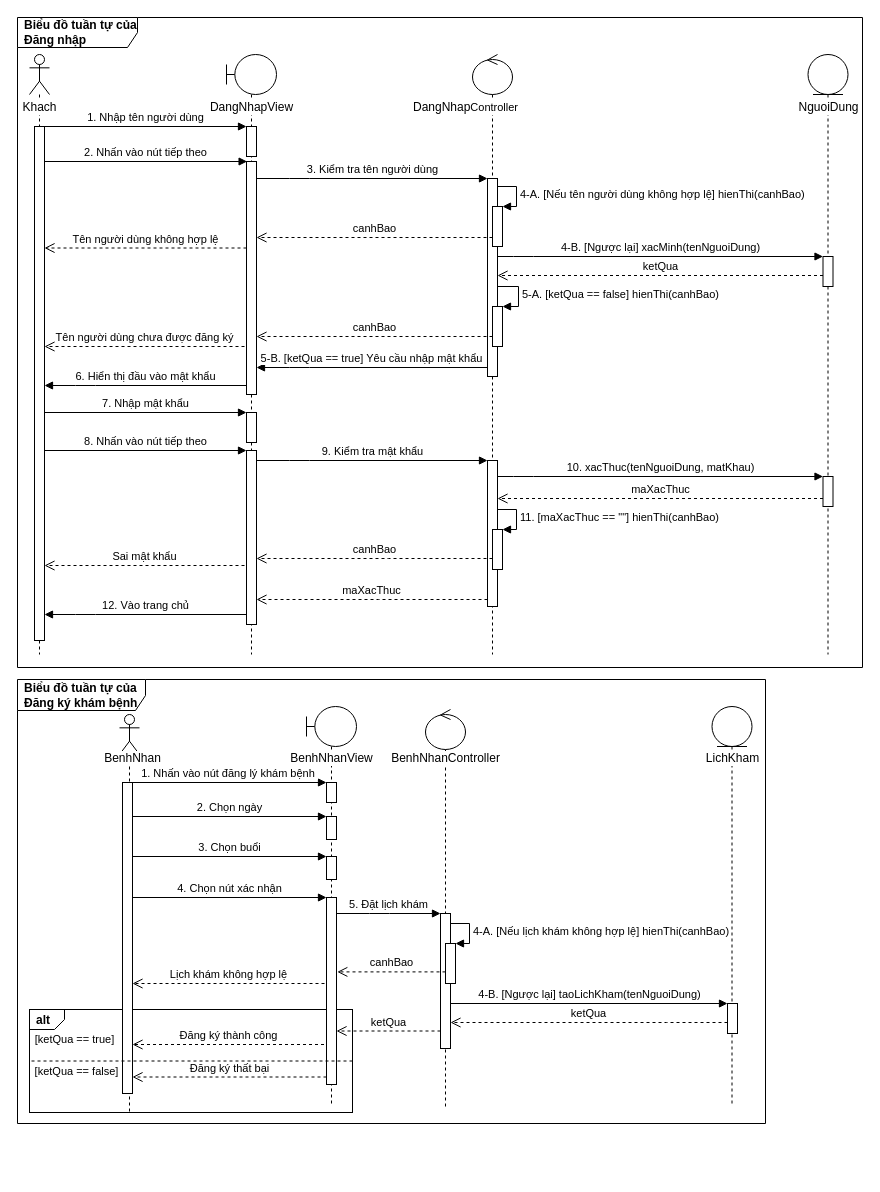
Before: page "Sequence" (1 of 4) of designs/luc.drawio in luclegen/medicine16, a draw.io diagram. Source tidied: cells renumbered, new cells numbered last; positions are measured from the earlier drawing's top-left corner, leaving out a move shared by most shapes. Both pictures are drawn from the tidied source at 100%, with x=0, y=0 at pixel (17, 17).
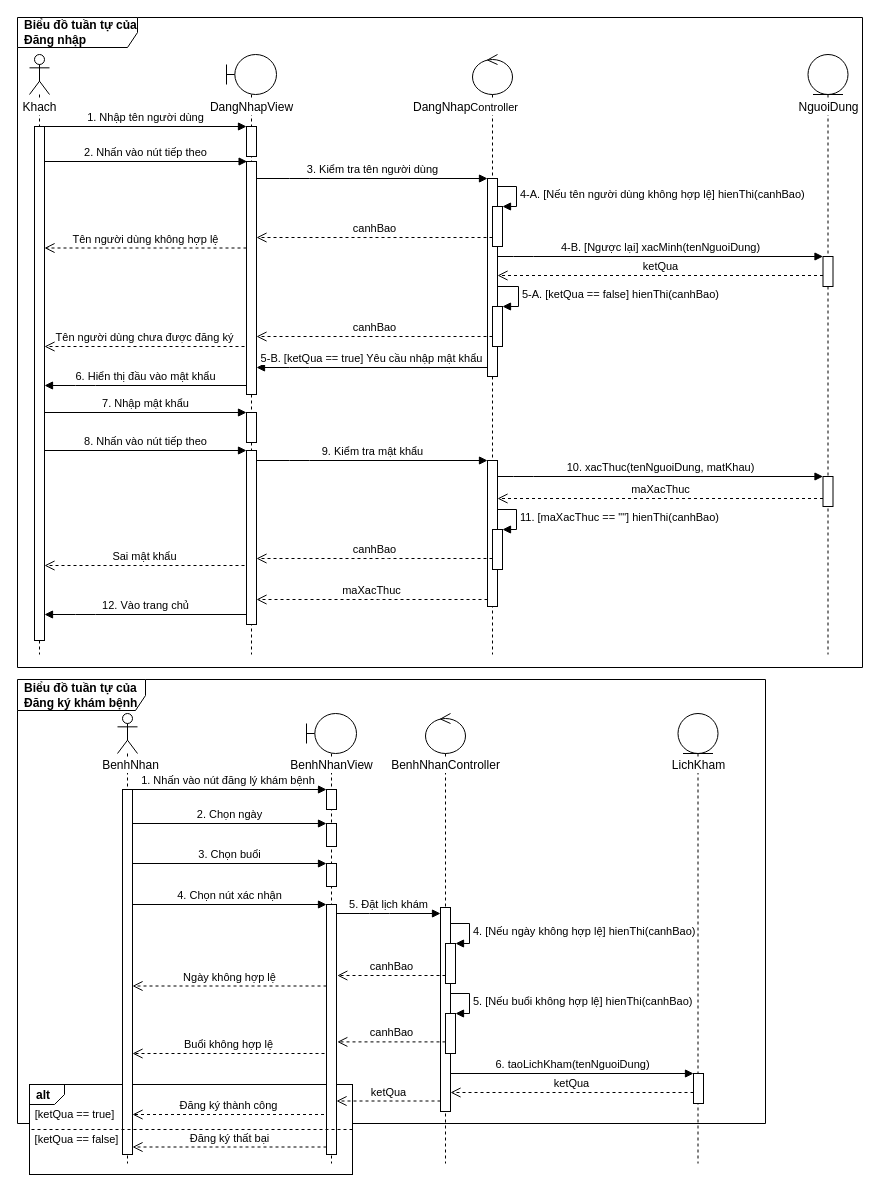
The same page after the edit.

Commit message:
Update Biểu đồ tuần tự của Đăng ký khám bệnh

Diff of the diagram source:
```diff
@@
     <mxCell id="3" value="alt" style="strokeColor=inherit;fillColor=inherit;gradientColor=inherit;html=1;shape=mxgraph.sysml.package;labelX=35;fontStyle=1;align=left;verticalAlign=top;spacingLeft=5;spacingTop=-3;labelBackgroundColor=none;" parent="1" vertex="1">
-      <mxGeometry x="12" y="992" width="323" height="103" as="geometry" />
+      <mxGeometry x="12" y="1067" width="323" height="90" as="geometry" />
     </mxCell>
@@
     <mxCell id="47" style="shape=umlLifeline;participant=umlActor;perimeter=lifelinePerimeter;whiteSpace=wrap;html=1;verticalAlign=top;spacingTop=36;" parent="1" vertex="1">
-      <mxGeometry x="102" y="697" width="20" height="400" as="geometry" />
+      <mxGeometry x="100" y="696" width="20" height="450" as="geometry" />
     </mxCell>
     <mxCell id="48" style="html=1;points=[];perimeter=orthogonalPerimeter;" parent="47" vertex="1">
-      <mxGeometry x="3" y="68" width="10" height="311" as="geometry" />
+      <mxGeometry x="5" y="76" width="10" height="365" as="geometry" />
     </mxCell>
     <mxCell id="49" style="shape=umlLifeline;participant=umlBoundary;perimeter=lifelinePerimeter;whiteSpace=wrap;html=1;verticalAlign=top;spacingTop=36;" parent="1" vertex="1">
-      <mxGeometry x="289" y="689" width="50" height="400" as="geometry" />
+      <mxGeometry x="289" y="696" width="50" height="450" as="geometry" />
     </mxCell>
@@
     <mxCell id="53" style="html=1;perimeter=orthogonalPerimeter;" parent="49" vertex="1">
-      <mxGeometry x="20" y="191" width="10" height="187" as="geometry" />
+      <mxGeometry x="20" y="191" width="10" height="250" as="geometry" />
     </mxCell>
     <mxCell id="54" style="shape=umlLifeline;participant=umlControl;perimeter=lifelinePerimeter;whiteSpace=wrap;html=1;verticalAlign=top;spacingTop=36;" parent="1" vertex="1">
-      <mxGeometry x="408" y="692" width="40" height="400" as="geometry" />
+      <mxGeometry x="408" y="696" width="40" height="450" as="geometry" />
     </mxCell>
     <mxCell id="55" style="html=1;points=[];perimeter=orthogonalPerimeter;" parent="54" vertex="1">
-      <mxGeometry x="15" y="204" width="10" height="135" as="geometry" />
+      <mxGeometry x="15" y="194" width="10" height="204" as="geometry" />
     </mxCell>
     <mxCell id="56" style="shape=umlLifeline;participant=umlEntity;perimeter=lifelinePerimeter;whiteSpace=wrap;html=1;verticalAlign=top;spacingTop=36;" parent="1" vertex="1">
-      <mxGeometry x="694.5" y="689" width="40" height="400" as="geometry" />
+      <mxGeometry x="660.5" y="696" width="40" height="450" as="geometry" />
     </mxCell>
     <mxCell id="57" value="1. Nhấn vào nút đăng lý khám bệnh&amp;nbsp;" style="html=1;verticalAlign=bottom;endArrow=block;" parent="1" edge="1" source="48">
       <mxGeometry relative="1" as="geometry">
-        <mxPoint x="309" y="765" as="targetPoint" />
+        <mxPoint x="309" y="772" as="targetPoint" />
       </mxGeometry>
     </mxCell>
     <mxCell id="58" value="BenhNhan" style="text;html=1;align=center;verticalAlign=middle;strokeColor=none;labelBackgroundColor=#FFFFFF;" parent="1" vertex="1">
-      <mxGeometry x="82" y="732" width="66" height="18" as="geometry" />
+      <mxGeometry x="80" y="739" width="66" height="18" as="geometry" />
     </mxCell>
     <mxCell id="59" value="BenhNhanView" style="text;html=1;align=center;verticalAlign=middle;strokeColor=none;labelBackgroundColor=#FFFFFF;" parent="1" vertex="1">
-      <mxGeometry x="267.5" y="732" width="93" height="18" as="geometry" />
+      <mxGeometry x="267.5" y="739" width="93" height="18" as="geometry" />
     </mxCell>
     <mxCell id="60" value="BenhNhanController" style="text;html=1;align=center;verticalAlign=middle;strokeColor=none;labelBackgroundColor=#FFFFFF;" parent="1" vertex="1">
-      <mxGeometry x="369" y="732" width="118" height="18" as="geometry" />
+      <mxGeometry x="369" y="739" width="118" height="18" as="geometry" />
     </mxCell>
     <mxCell id="61" value="LichKham" style="text;html=1;align=center;verticalAlign=middle;strokeColor=none;labelBackgroundColor=#FFFFFF;" parent="1" vertex="1">
-      <mxGeometry x="683" y="732" width="63" height="18" as="geometry" />
+      <mxGeometry x="649" y="739" width="63" height="18" as="geometry" />
     </mxCell>
-    <mxCell id="62" value="2. Chọn ngày" style="html=1;verticalAlign=bottom;endArrow=block;" parent="1" edge="1">
+    <mxCell id="62" value="2. Chọn ngày" style="html=1;verticalAlign=bottom;endArrow=block;" parent="1" edge="1" source="48">
       <mxGeometry relative="1" as="geometry">
-        <mxPoint x="115" y="799" as="sourcePoint" />
-        <mxPoint x="309" y="799" as="targetPoint" />
+        <mxPoint x="309" y="806" as="targetPoint" />
       </mxGeometry>
     </mxCell>
     <mxCell id="63" value="3. Chọn buổi" style="html=1;verticalAlign=bottom;endArrow=block;" parent="1" edge="1" source="48">
       <mxGeometry relative="1" as="geometry">
-        <mxPoint x="309" y="839" as="targetPoint" />
+        <mxPoint x="309" y="846" as="targetPoint" />
       </mxGeometry>
     </mxCell>
     <mxCell id="64" value="4. Chọn nút xác nhận" style="html=1;verticalAlign=bottom;endArrow=block;" parent="1" edge="1" source="48">
       <mxGeometry relative="1" as="geometry">
-        <mxPoint x="309" y="880" as="targetPoint" />
+        <mxPoint x="309" y="887" as="targetPoint" />
       </mxGeometry>
     </mxCell>
@@
     <mxCell id="66" style="html=1;points=[];perimeter=orthogonalPerimeter;labelBackgroundColor=#FFFFFF;" parent="1" vertex="1">
-      <mxGeometry x="428" y="926" width="10" height="40" as="geometry" />
+      <mxGeometry x="428" y="996" width="10" height="40" as="geometry" />
     </mxCell>
-    <mxCell id="67" value="4-A. [Nếu lịch khám không hợp lệ] hienThi(canhBao)" style="edgeStyle=orthogonalEdgeStyle;html=1;align=left;spacingLeft=2;endArrow=block;rounded=0;entryX=1;entryY=0;" parent="1" edge="1" target="66">
+    <mxCell id="67" value="5. [Nếu buổi không hợp lệ] hienThi(canhBao)" style="edgeStyle=orthogonalEdgeStyle;html=1;align=left;spacingLeft=2;endArrow=block;rounded=0;entryX=1;entryY=0;" parent="1" edge="1" target="66">
       <mxGeometry relative="1" as="geometry">
-        <mxPoint x="433" y="906" as="sourcePoint" />
+        <mxPoint x="433" y="976" as="sourcePoint" />
         <Array as="points">
-          <mxPoint x="452" y="906" />
-          <mxPoint x="452" y="926" />
+          <mxPoint x="452" y="976" />
+          <mxPoint x="452" y="996" />
         </Array>
       </mxGeometry>
     </mxCell>
-    <mxCell id="68" value="&lt;div style=&quot;text-align: left&quot;&gt;Lịch khám không hợp lệ&lt;/div&gt;" style="html=1;verticalAlign=bottom;endArrow=open;dashed=1;endSize=8;" parent="1" edge="1" target="48">
+    <mxCell id="68" value="&lt;div style=&quot;text-align: left&quot;&gt;Buổi không hợp lệ&lt;/div&gt;" style="html=1;verticalAlign=bottom;endArrow=open;dashed=1;endSize=8;" parent="1" edge="1">
       <mxGeometry relative="1" as="geometry">
-        <mxPoint x="307" y="966" as="sourcePoint" />
+        <mxPoint x="307" y="1036" as="sourcePoint" />
+        <mxPoint x="115" y="1036" as="targetPoint" />
       </mxGeometry>
     </mxCell>
-    <mxCell id="69" value="4-B. [Ngược lại] taoLichKham(tenNguoiDung)" style="html=1;verticalAlign=bottom;endArrow=block;" parent="1" edge="1" source="55" target="70">
-      <mxGeometry relative="1" as="geometry" />
+    <mxCell id="69" value="6. taoLichKham(tenNguoiDung)" style="html=1;verticalAlign=bottom;endArrow=block;" parent="1" edge="1" target="70">
+      <mxGeometry relative="1" as="geometry">
+        <mxPoint x="433" y="1056" as="sourcePoint" />
+      </mxGeometry>
     </mxCell>
     <mxCell id="70" style="html=1;points=[];perimeter=orthogonalPerimeter;" parent="1" vertex="1">
-      <mxGeometry x="710" y="986" width="10" height="30" as="geometry" />
+      <mxGeometry x="676" y="1056" width="10" height="30" as="geometry" />
     </mxCell>
     <mxCell id="71" value="ketQua" style="html=1;verticalAlign=bottom;endArrow=open;dashed=1;endSize=8;" parent="1" edge="1" source="70" target="55">
       <mxGeometry relative="1" as="geometry">
         <Array as="points">
-          <mxPoint x="639" y="1005" />
+          <mxPoint x="639" y="1075" />
         </Array>
       </mxGeometry>
     </mxCell>
@@
     <mxCell id="73" value="&lt;div style=&quot;text-align: left&quot;&gt;Đăng ký thành công&lt;/div&gt;" style="html=1;verticalAlign=bottom;endArrow=open;dashed=1;endSize=8;" parent="1" edge="1" target="48">
       <mxGeometry relative="1" as="geometry">
-        <mxPoint x="306.5" y="1027" as="sourcePoint" />
+        <mxPoint x="306.5" y="1097" as="sourcePoint" />
       </mxGeometry>
     </mxCell>
     <mxCell id="74" value="&lt;span style=&quot;font-size: 11px&quot;&gt;[&lt;/span&gt;&lt;span style=&quot;font-size: 11px&quot;&gt;ketQua ==&lt;/span&gt;&lt;span style=&quot;font-size: 11px&quot;&gt;&amp;nbsp;true]&lt;/span&gt;" style="text;html=1;align=center;verticalAlign=middle;strokeColor=none;" parent="1" vertex="1">
-      <mxGeometry x="12" y="1012" width="89" height="19" as="geometry" />
+      <mxGeometry x="12" y="1087" width="89" height="19" as="geometry" />
     </mxCell>
     <mxCell id="75" value="&lt;span style=&quot;font-size: 11px&quot;&gt;[ketQua ==&lt;/span&gt;&lt;span style=&quot;font-size: 11px&quot;&gt;&amp;nbsp;false]&lt;/span&gt;" style="text;html=1;align=center;verticalAlign=middle;strokeColor=none;" parent="1" vertex="1">
-      <mxGeometry x="12" y="1044" width="93" height="19" as="geometry" />
+      <mxGeometry x="12" y="1112" width="93" height="19" as="geometry" />
     </mxCell>
-    <mxCell id="76" value="&lt;div style=&quot;text-align: left&quot;&gt;Đăng ký thất bại&lt;/div&gt;" style="html=1;verticalAlign=bottom;endArrow=open;dashed=1;endSize=8;" parent="1" edge="1">
+    <mxCell id="76" value="&lt;div style=&quot;text-align: left&quot;&gt;Đăng ký thất bại&lt;/div&gt;" style="html=1;verticalAlign=bottom;endArrow=open;dashed=1;endSize=8;" parent="1" edge="1" target="48">
       <mxGeometry relative="1" as="geometry">
-        <mxPoint x="309" y="1059.5" as="sourcePoint" />
-        <mxPoint x="115" y="1059.5" as="targetPoint" />
+        <mxPoint x="309" y="1129.5" as="sourcePoint" />
       </mxGeometry>
     </mxCell>
     <mxCell id="77" value="&lt;span style=&quot;text-align: left&quot;&gt;canhBao&lt;/span&gt;" style="html=1;verticalAlign=bottom;endArrow=open;dashed=1;endSize=8;entryX=1.077;entryY=0.398;entryDx=0;entryDy=0;entryPerimeter=0;" parent="1" edge="1">
       <mxGeometry relative="1" as="geometry">
-        <mxPoint x="428" y="954.4" as="sourcePoint" />
-        <mxPoint x="319.8" y="954.4" as="targetPoint" />
+        <mxPoint x="428" y="1024.4" as="sourcePoint" />
+        <mxPoint x="319.8" y="1024.4" as="targetPoint" />
       </mxGeometry>
     </mxCell>
     <mxCell id="78" value="ketQua" style="html=1;verticalAlign=bottom;endArrow=open;dashed=1;endSize=8;" parent="1" edge="1">
       <mxGeometry relative="1" as="geometry">
-        <mxPoint x="423" y="1013.5" as="sourcePoint" />
-        <mxPoint x="319" y="1013.5" as="targetPoint" />
+        <mxPoint x="423" y="1083.5" as="sourcePoint" />
+        <mxPoint x="319" y="1083.5" as="targetPoint" />
       </mxGeometry>
     </mxCell>
@@
+    <mxCell id="80" style="html=1;points=[];perimeter=orthogonalPerimeter;labelBackgroundColor=#FFFFFF;" parent="1" vertex="1">
+      <mxGeometry x="428" y="926" width="10" height="40" as="geometry" />
+    </mxCell>
+    <mxCell id="81" value="4. [Nếu ngày không hợp lệ] hienThi(canhBao)" style="edgeStyle=orthogonalEdgeStyle;html=1;align=left;spacingLeft=2;endArrow=block;rounded=0;entryX=1;entryY=0;" parent="1" edge="1" target="80">
+      <mxGeometry relative="1" as="geometry">
+        <mxPoint x="433" y="906" as="sourcePoint" />
+        <Array as="points">
+          <mxPoint x="452" y="906" />
+          <mxPoint x="452" y="926" />
+        </Array>
+      </mxGeometry>
+    </mxCell>
+    <mxCell id="82" value="&lt;span style=&quot;text-align: left&quot;&gt;canhBao&lt;/span&gt;" style="html=1;verticalAlign=bottom;endArrow=open;dashed=1;endSize=8;entryX=1.077;entryY=0.398;entryDx=0;entryDy=0;entryPerimeter=0;" parent="1" edge="1">
+      <mxGeometry relative="1" as="geometry">
+        <mxPoint x="428" y="958" as="sourcePoint" />
+        <mxPoint x="319.8" y="958" as="targetPoint" />
+      </mxGeometry>
+    </mxCell>
+    <mxCell id="83" value="&lt;div style=&quot;text-align: left&quot;&gt;Ngày không hợp lệ&lt;/div&gt;" style="html=1;verticalAlign=bottom;endArrow=open;dashed=1;endSize=8;" parent="1" edge="1">
+      <mxGeometry relative="1" as="geometry">
+        <mxPoint x="309" y="968.5" as="sourcePoint" />
+        <mxPoint x="115" y="968.5" as="targetPoint" />
+      </mxGeometry>
+    </mxCell>
```
